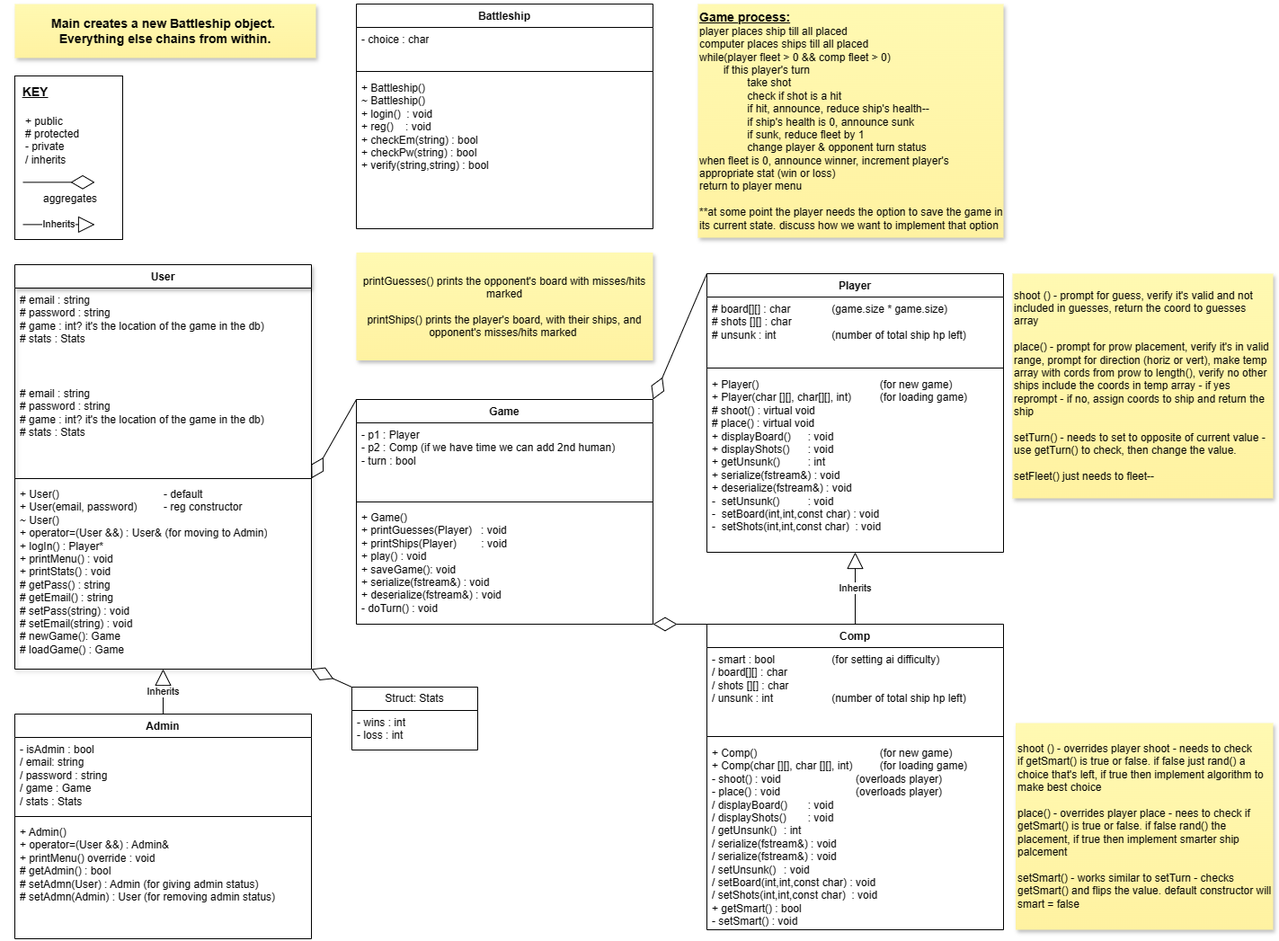
This is BattleshipClasses.drawio.png from StephaniePeacock/Battleship, a draw.io export, as it was before one commit. Source tidied: cells renumbered, new cells last; positions are measured from the earlier drawing's top-left corner, leaving out a move shared by most shapes.
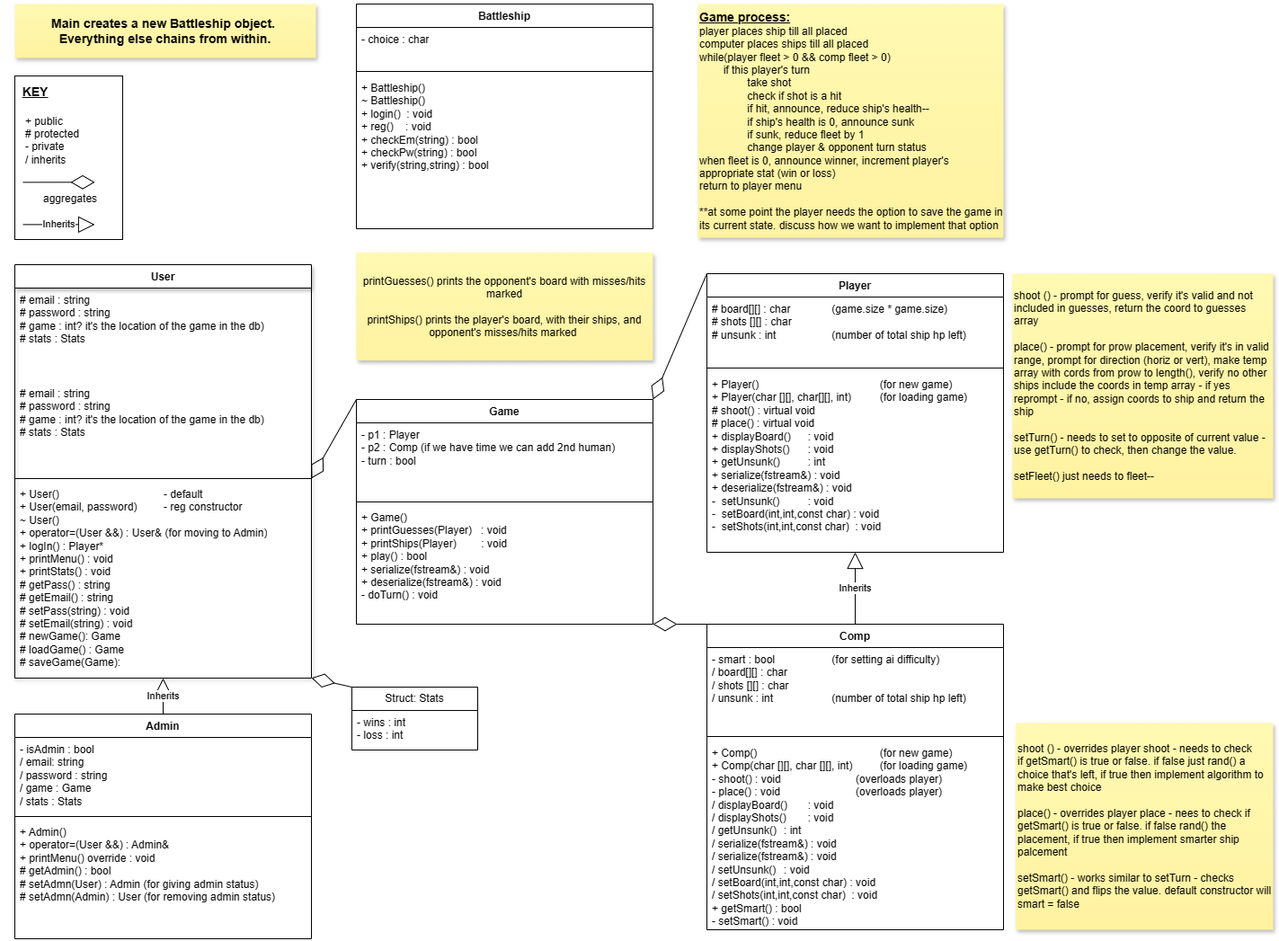
Later version of the same file.

Diff of the diagram source:
```diff
@@ -3,7 +3,7 @@
     <mxCell id="0" />
     <mxCell id="1" parent="0" />
     <mxCell id="2" value="User" style="swimlane;fontStyle=1;align=center;verticalAlign=top;horizontal=1;startSize=26;whiteSpace=wrap;html=1;shadow=1;" parent="1" vertex="1">
-      <mxGeometry y="290" width="330" height="450" as="geometry" />
+      <mxGeometry y="290" width="330" height="460" as="geometry" />
     </mxCell>
     <mxCell id="3" value="# email : string&lt;br&gt;# password : string&lt;div&gt;&lt;div&gt;# game : int? it's the location of the game in the db)&lt;/div&gt;&lt;div&gt;# stats : Stats&lt;/div&gt;&lt;/div&gt;" style="text;strokeColor=none;fillColor=none;align=left;verticalAlign=top;spacingLeft=4;spacingRight=4;overflow=hidden;whiteSpace=wrap;html=1;" parent="2" vertex="1">
       <mxGeometry y="26" width="330" height="104" as="geometry" />
@@ -14,8 +14,8 @@
     <mxCell id="5" style="line;strokeWidth=1;fillColor=none;align=left;verticalAlign=middle;spacingTop=-1;spacingLeft=3;spacingRight=3;labelPosition=right;points=[];portConstraint=eastwest;strokeColor=inherit;" parent="2" vertex="1">
       <mxGeometry y="234" width="330" height="8" as="geometry" />
     </mxCell>
-    <mxCell id="6" value="+ User()&lt;span style=&quot;white-space: pre;&quot;&gt;&#9;&lt;/span&gt;&lt;span style=&quot;white-space: pre;&quot;&gt;&#9;&lt;/span&gt;&lt;span style=&quot;white-space: pre;&quot;&gt;&#9;&lt;span style=&quot;white-space: pre;&quot;&gt;&#9;&lt;/span&gt;&lt;span style=&quot;white-space: pre;&quot;&gt;&#9;&lt;/span&gt;&lt;/span&gt;- default&lt;br&gt;+ User(email, password) &lt;span style=&quot;white-space: pre;&quot;&gt;&#9;&lt;/span&gt;- reg constructor&lt;div&gt;&lt;div&gt;~ User()&lt;/div&gt;&lt;div&gt;+ operator=(User &amp;amp;&amp;amp;) : User&amp;amp; (for moving to Admin)&lt;br&gt;&lt;div&gt;+ logIn() : Player*&lt;/div&gt;&lt;div&gt;+ printMenu() : void&lt;/div&gt;&lt;/div&gt;&lt;div&gt;+ printStats() : void&lt;/div&gt;&lt;div&gt;# getPass() : string&lt;/div&gt;&lt;div&gt;# getEmail() : string&lt;/div&gt;&lt;div&gt;&lt;span style=&quot;background-color: initial;&quot;&gt;# setPass(string) : void&lt;/span&gt;&lt;br&gt;&lt;/div&gt;&lt;div&gt;# setEmail(string) : void&lt;/div&gt;&lt;div&gt;# newGame(): Game&lt;/div&gt;&lt;div&gt;# loadGame() : Game&lt;/div&gt;&lt;div&gt;&lt;br&gt;&lt;/div&gt;&lt;/div&gt;" style="text;strokeColor=none;fillColor=none;align=left;verticalAlign=top;spacingLeft=4;spacingRight=4;overflow=hidden;points=[[0,0.5],[1,0.5]];portConstraint=eastwest;whiteSpace=wrap;html=1;" parent="2" vertex="1">
-      <mxGeometry y="242" width="330" height="208" as="geometry" />
+    <mxCell id="6" value="+ User()&lt;span style=&quot;white-space: pre;&quot;&gt;&#9;&lt;/span&gt;&lt;span style=&quot;white-space: pre;&quot;&gt;&#9;&lt;/span&gt;&lt;span style=&quot;white-space: pre;&quot;&gt;&#9;&lt;span style=&quot;white-space: pre;&quot;&gt;&#9;&lt;/span&gt;&lt;span style=&quot;white-space: pre;&quot;&gt;&#9;&lt;/span&gt;&lt;/span&gt;- default&lt;br&gt;+ User(email, password) &lt;span style=&quot;white-space: pre;&quot;&gt;&#9;&lt;/span&gt;- reg constructor&lt;div&gt;&lt;div&gt;~ User()&lt;/div&gt;&lt;div&gt;+ operator=(User &amp;amp;&amp;amp;) : User&amp;amp; (for moving to Admin)&lt;br&gt;&lt;div&gt;+ logIn() : Player*&lt;/div&gt;&lt;div&gt;+ printMenu() : void&lt;/div&gt;&lt;/div&gt;&lt;div&gt;+ printStats() : void&lt;/div&gt;&lt;div&gt;# getPass() : string&lt;/div&gt;&lt;div&gt;# getEmail() : string&lt;/div&gt;&lt;div&gt;&lt;span style=&quot;background-color: initial;&quot;&gt;# setPass(string) : void&lt;/span&gt;&lt;br&gt;&lt;/div&gt;&lt;div&gt;# setEmail(string) : void&lt;/div&gt;&lt;div&gt;# newGame(): Game&lt;/div&gt;&lt;div&gt;# loadGame() : Game&lt;/div&gt;&lt;div&gt;# saveGame(Game):&lt;/div&gt;&lt;div&gt;&lt;br&gt;&lt;/div&gt;&lt;/div&gt;" style="text;strokeColor=none;fillColor=none;align=left;verticalAlign=top;spacingLeft=4;spacingRight=4;overflow=hidden;points=[[0,0.5],[1,0.5]];portConstraint=eastwest;whiteSpace=wrap;html=1;" parent="2" vertex="1">
+      <mxGeometry y="242" width="330" height="218" as="geometry" />
     </mxCell>
     <mxCell id="7" value="Player" style="swimlane;fontStyle=1;align=center;verticalAlign=top;horizontal=1;startSize=26;whiteSpace=wrap;html=1;" parent="1" vertex="1">
       <mxGeometry x="770" y="300" width="330" height="310" as="geometry" />
@@ -50,7 +50,7 @@
     <mxCell id="17" style="line;strokeWidth=1;fillColor=none;align=left;verticalAlign=middle;spacingTop=-1;spacingLeft=3;spacingRight=3;labelPosition=right;strokeColor=inherit;" parent="15" vertex="1">
       <mxGeometry y="110" width="330" height="8" as="geometry" />
     </mxCell>
-    <mxCell id="18" value="+ Game()&lt;br&gt;+ printGuesses(Player)&amp;nbsp; &amp;nbsp;: void&lt;div&gt;+ printShips(Player)&lt;span style=&quot;white-space: pre;&quot;&gt;&#9;&lt;/span&gt;: void&lt;/div&gt;&lt;div&gt;+ play() : void&lt;/div&gt;&lt;div&gt;+ saveGame(): void&lt;/div&gt;&lt;div&gt;&lt;div&gt;+ serialize(fstream&amp;amp;) : void&lt;/div&gt;&lt;div&gt;+ deserialize(fstream&amp;amp;) : void&lt;/div&gt;&lt;/div&gt;&lt;div&gt;- doTurn() : void&lt;/div&gt;&lt;div&gt;&lt;br&gt;&lt;/div&gt;" style="text;strokeColor=none;fillColor=none;align=left;verticalAlign=top;spacingLeft=4;spacingRight=4;overflow=hidden;points=[[0,0.5],[1,0.5]];portConstraint=eastwest;whiteSpace=wrap;html=1;" parent="15" vertex="1">
+    <mxCell id="18" value="+ Game()&lt;br&gt;+ printGuesses(Player)&amp;nbsp; &amp;nbsp;: void&lt;div&gt;+ printShips(Player)&lt;span style=&quot;white-space: pre;&quot;&gt;&#9;&lt;/span&gt;: void&lt;/div&gt;&lt;div&gt;+ play() : bool&lt;/div&gt;&lt;div&gt;&lt;div&gt;+ serialize(fstream&amp;amp;) : void&lt;/div&gt;&lt;div&gt;+ deserialize(fstream&amp;amp;) : void&lt;/div&gt;&lt;/div&gt;&lt;div&gt;- doTurn() : void&lt;/div&gt;&lt;div&gt;&lt;br&gt;&lt;/div&gt;" style="text;strokeColor=none;fillColor=none;align=left;verticalAlign=top;spacingLeft=4;spacingRight=4;overflow=hidden;points=[[0,0.5],[1,0.5]];portConstraint=eastwest;whiteSpace=wrap;html=1;" parent="15" vertex="1">
       <mxGeometry y="118" width="330" height="132" as="geometry" />
     </mxCell>
     <mxCell id="19" value="shoot () - prompt for guess, verify it's valid and not included in guesses, return the coord to guesses array&lt;div&gt;&lt;br&gt;&lt;/div&gt;&lt;div&gt;place() - prompt for prow placement, verify it's in valid range, prompt for direction (horiz or vert), make temp array with cords from prow to length(), verify no other ships include the coords in temp array - if yes reprompt - if no, assign coords to ship and return the ship&lt;/div&gt;&lt;div&gt;&lt;br&gt;&lt;/div&gt;&lt;div&gt;setTurn() - needs to set to opposite of current value - use getTurn() to check, then change the value.&lt;/div&gt;&lt;div&gt;&lt;br&gt;&lt;/div&gt;&lt;div&gt;setFleet() just needs to fleet--&amp;nbsp;&lt;/div&gt;" style="shape=note;whiteSpace=wrap;html=1;backgroundOutline=1;fontColor=#000000;darkOpacity=0.05;fillColor=#FFF9B2;strokeColor=none;fillStyle=solid;direction=west;gradientDirection=north;gradientColor=#FFF2A1;shadow=1;size=0;align=left;" parent="1" vertex="1">
```
